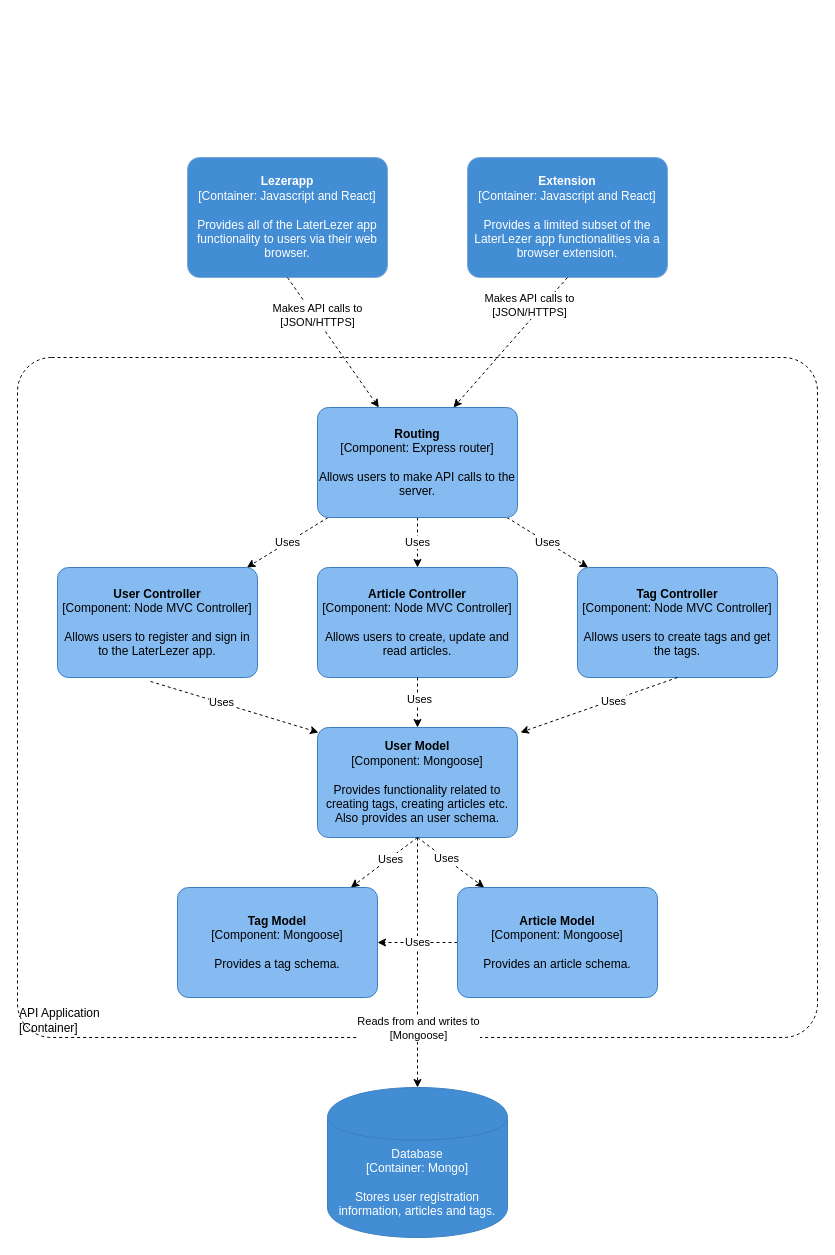
Before: page "components-diagram-server" (3 of 7) of documents/c4model.drawio in Patrickroelofs/HANICA-DWA-Laterlezer, a draw.io diagram. Source tidied: cells renumbered, new cells numbered last; positions are measured from the earlier drawing's top-left corner, leaving out a move shared by most shapes. Both pictures are drawn from the tidied source at 100%, with x=0, y=0 at pixel (17, 157).
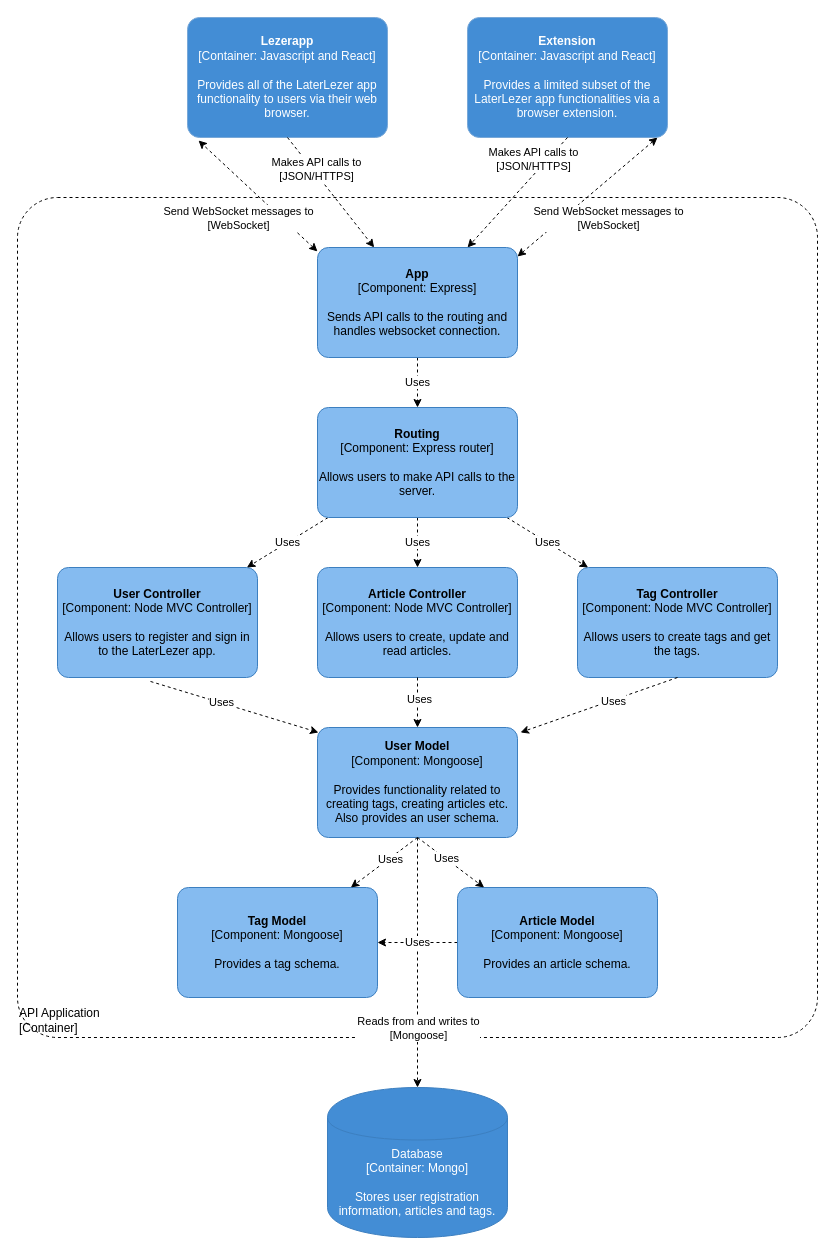
Above is the later version.

The change refers to these unchanged cells:
```xml
<object id="30" label="&lt;b&gt;%c4Name%&lt;/b&gt;&lt;div&gt;[%c4Type%: %c4Technology%]&lt;/div&gt;&lt;br&gt;&lt;div&gt;%c4Description%&lt;/div&gt;" c4Description="Allows users to make API calls to the server." c4Name="Routing" c4Technology="Express router" c4Type="Component" placeholders="1">
  <mxCell style="rounded=1;whiteSpace=wrap;html=1;labelBackgroundColor=none;align=center;arcSize=10;strokeColor=#3C7FC0;metaData={&quot;c4Type&quot;:{&quot;editable&quot;:false}};points=[[0.25,0,0],[0.5,0,0],[0.75,0,0],[1,0.25,0],[1,0.5,0],[1,0.75,0],[0.75,1,0],[0.5,1,0],[0.25,1,0],[0,0.75,0],[0,0.5,0],[0,0.25,0]];fillColor=#85BBF0;" parent="1" vertex="1">
    <mxGeometry x="300" y="250" width="200" height="110" as="geometry" />
  </mxCell>
</object>
```

Diff of the diagram source:
```diff
@@
     <object id="2" label="&lt;div style=&quot;text-align: left&quot;&gt;%c4Name%&lt;/div&gt;&lt;div style=&quot;text-align: left&quot;&gt;[%c4Application%]&lt;/div&gt;" c4Application="Container" c4Name="API Application" placeholders="1">
       <mxCell style="rounded=1;whiteSpace=wrap;html=1;labelBackgroundColor=none;fontColor=#000000;align=left;arcSize=5;strokeColor=#000000;verticalAlign=bottom;metaData={&quot;c4Type&quot;:{&quot;editable&quot;:false}};dashed=1;fillColor=none;" parent="1" vertex="1">
-        <mxGeometry y="200" width="800" height="680" as="geometry" />
+        <mxGeometry y="40" width="800" height="840" as="geometry" />
       </mxCell>
     </object>
+    <mxCell id="31" style="edgeStyle=none;rounded=0;jettySize=auto;html=1;dashed=1;exitX=0;exitY=0.036;exitDx=0;exitDy=0;exitPerimeter=0;entryX=0.055;entryY=1.025;entryDx=0;entryDy=0;entryPerimeter=0;startArrow=classic;startFill=1;" parent="1" edge="1" source="34" target="3">
+      <mxGeometry relative="1" as="geometry" />
+    </mxCell>
     <object id="3" label="&lt;b&gt;%c4Name%&lt;/b&gt;&lt;div&gt;[%c4Type%: %c4Technology%]&lt;/div&gt;&lt;br&gt;&lt;div&gt;%c4Description%&lt;/div&gt;" c4Description="Provides all of the LaterLezer app functionality to users via their web browser." c4Name="Lezerapp" c4Technology="Javascript and React" c4Type="Container" placeholders="1">
       <mxCell style="rounded=1;whiteSpace=wrap;html=1;labelBackgroundColor=none;fontColor=#ffffff;align=center;arcSize=10;strokeColor=#78A8D8;metaData={&quot;c4Type&quot;:{&quot;editable&quot;:false}};points=[[0.25,0,0],[0.5,0,0],[0.75,0,0],[1,0.25,0],[1,0.5,0],[1,0.75,0],[0.75,1,0],[0.5,1,0],[0.25,1,0],[0,0.75,0],[0,0.5,0],[0,0.25,0]];fillColor=#438DD5;" parent="1" vertex="1">
-        <mxGeometry x="170" width="200" height="120" as="geometry" />
+        <mxGeometry x="170" y="-140" width="200" height="120" as="geometry" />
       </mxCell>
     </object>
+    <mxCell id="32" style="edgeStyle=none;rounded=0;jettySize=auto;html=1;entryX=1;entryY=0.082;entryDx=0;entryDy=0;entryPerimeter=0;dashed=1;exitX=0.95;exitY=1;exitDx=0;exitDy=0;exitPerimeter=0;startArrow=classic;startFill=1;" parent="1" edge="1" source="4" target="34">
+      <mxGeometry relative="1" as="geometry" />
+    </mxCell>
     <object id="4" label="&lt;b&gt;%c4Name%&lt;/b&gt;&lt;div&gt;[%c4Type%: %c4Technology%]&lt;/div&gt;&lt;br&gt;&lt;div&gt;%c4Description%&lt;/div&gt;" c4Description="Provides a limited subset of the LaterLezer app functionalities via a browser extension." c4Name="Extension" c4Technology="Javascript and React" c4Type="Container" placeholders="1">
       <mxCell style="rounded=1;whiteSpace=wrap;html=1;labelBackgroundColor=none;fontColor=#ffffff;align=center;arcSize=10;strokeColor=#78A8D8;metaData={&quot;c4Type&quot;:{&quot;editable&quot;:false}};points=[[0.25,0,0],[0.5,0,0],[0.75,0,0],[1,0.25,0],[1,0.5,0],[1,0.75,0],[0.75,1,0],[0.5,1,0],[0.25,1,0],[0,0.75,0],[0,0.5,0],[0,0.25,0]];fillColor=#438DD5;" parent="1" vertex="1">
-        <mxGeometry x="450" width="200" height="120" as="geometry" />
+        <mxGeometry x="450" y="-140" width="200" height="120" as="geometry" />
       </mxCell>
     </object>
@@
-    <mxCell id="11" value="&lt;span style=&quot;color: rgb(0 , 0 , 0) ; font-family: &amp;#34;helvetica&amp;#34; ; font-size: 11px ; font-style: normal ; font-weight: 400 ; letter-spacing: normal ; text-align: center ; text-indent: 0px ; text-transform: none ; word-spacing: 0px ; background-color: rgb(255 , 255 , 255) ; display: inline ; float: none&quot;&gt;Makes API calls to&lt;/span&gt;&lt;br style=&quot;color: rgb(0 , 0 , 0) ; font-family: &amp;#34;helvetica&amp;#34; ; font-size: 11px ; font-style: normal ; font-weight: 400 ; letter-spacing: normal ; text-align: center ; text-indent: 0px ; text-transform: none ; word-spacing: 0px&quot;&gt;&lt;span style=&quot;color: rgb(0 , 0 , 0) ; font-family: &amp;#34;helvetica&amp;#34; ; font-size: 11px ; font-style: normal ; font-weight: 400 ; letter-spacing: normal ; text-align: center ; text-indent: 0px ; text-transform: none ; word-spacing: 0px ; background-color: rgb(255 , 255 , 255) ; display: inline ; float: none&quot;&gt;[JSON/HTTPS]&lt;/span&gt;" style="edgeStyle=none;rounded=0;jettySize=auto;html=1;strokeColor=#000000;dashed=1;exitX=0.5;exitY=1;exitDx=0;exitDy=0;exitPerimeter=0;" parent="1" edge="1" source="3" target="30">
+    <mxCell id="11" value="&lt;span style=&quot;color: rgb(0 , 0 , 0) ; font-family: &amp;#34;helvetica&amp;#34; ; font-size: 11px ; font-style: normal ; font-weight: 400 ; letter-spacing: normal ; text-align: center ; text-indent: 0px ; text-transform: none ; word-spacing: 0px ; background-color: rgb(255 , 255 , 255) ; display: inline ; float: none&quot;&gt;Makes API calls to&lt;/span&gt;&lt;br style=&quot;color: rgb(0 , 0 , 0) ; font-family: &amp;#34;helvetica&amp;#34; ; font-size: 11px ; font-style: normal ; font-weight: 400 ; letter-spacing: normal ; text-align: center ; text-indent: 0px ; text-transform: none ; word-spacing: 0px&quot;&gt;&lt;span style=&quot;color: rgb(0 , 0 , 0) ; font-family: &amp;#34;helvetica&amp;#34; ; font-size: 11px ; font-style: normal ; font-weight: 400 ; letter-spacing: normal ; text-align: center ; text-indent: 0px ; text-transform: none ; word-spacing: 0px ; background-color: rgb(255 , 255 , 255) ; display: inline ; float: none&quot;&gt;[JSON/HTTPS]&lt;/span&gt;" style="edgeStyle=none;rounded=0;jettySize=auto;html=1;strokeColor=#000000;dashed=1;exitX=0.5;exitY=1;exitDx=0;exitDy=0;exitPerimeter=0;" parent="1" edge="1" source="3" target="34">
       <mxGeometry x="-0.39" y="3" relative="1" as="geometry" />
     </mxCell>
-    <mxCell id="12" value="&lt;span style=&quot;color: rgb(0 , 0 , 0) ; font-family: &amp;#34;helvetica&amp;#34; ; font-size: 11px ; font-style: normal ; font-weight: 400 ; letter-spacing: normal ; text-align: center ; text-indent: 0px ; text-transform: none ; word-spacing: 0px ; background-color: rgb(255 , 255 , 255) ; display: inline ; float: none&quot;&gt;Makes API calls to&lt;/span&gt;&lt;br style=&quot;color: rgb(0 , 0 , 0) ; font-family: &amp;#34;helvetica&amp;#34; ; font-size: 11px ; font-style: normal ; font-weight: 400 ; letter-spacing: normal ; text-align: center ; text-indent: 0px ; text-transform: none ; word-spacing: 0px&quot;&gt;&lt;span style=&quot;color: rgb(0 , 0 , 0) ; font-family: &amp;#34;helvetica&amp;#34; ; font-size: 11px ; font-style: normal ; font-weight: 400 ; letter-spacing: normal ; text-align: center ; text-indent: 0px ; text-transform: none ; word-spacing: 0px ; background-color: rgb(255 , 255 , 255) ; display: inline ; float: none&quot;&gt;[JSON/HTTPS]&lt;/span&gt;" style="edgeStyle=none;rounded=0;jettySize=auto;html=1;strokeColor=#000000;dashed=1;entryX=0.68;entryY=0;entryDx=0;entryDy=0;entryPerimeter=0;exitX=0.5;exitY=1;exitDx=0;exitDy=0;exitPerimeter=0;" parent="1" edge="1" source="4" target="30">
+    <mxCell id="12" value="&lt;span style=&quot;color: rgb(0 , 0 , 0) ; font-family: &amp;#34;helvetica&amp;#34; ; font-size: 11px ; font-style: normal ; font-weight: 400 ; letter-spacing: normal ; text-align: center ; text-indent: 0px ; text-transform: none ; word-spacing: 0px ; background-color: rgb(255 , 255 , 255) ; display: inline ; float: none&quot;&gt;Makes API calls to&lt;/span&gt;&lt;br style=&quot;color: rgb(0 , 0 , 0) ; font-family: &amp;#34;helvetica&amp;#34; ; font-size: 11px ; font-style: normal ; font-weight: 400 ; letter-spacing: normal ; text-align: center ; text-indent: 0px ; text-transform: none ; word-spacing: 0px&quot;&gt;&lt;span style=&quot;color: rgb(0 , 0 , 0) ; font-family: &amp;#34;helvetica&amp;#34; ; font-size: 11px ; font-style: normal ; font-weight: 400 ; letter-spacing: normal ; text-align: center ; text-indent: 0px ; text-transform: none ; word-spacing: 0px ; background-color: rgb(255 , 255 , 255) ; display: inline ; float: none&quot;&gt;[JSON/HTTPS]&lt;/span&gt;" style="edgeStyle=none;rounded=0;jettySize=auto;html=1;strokeColor=#000000;dashed=1;exitX=0.5;exitY=1;exitDx=0;exitDy=0;exitPerimeter=0;" parent="1" edge="1" source="4" target="34">
       <mxGeometry x="-0.47" y="-10" relative="1" as="geometry" />
     </mxCell>
@@
+    <mxCell id="33" value="Uses" style="edgeStyle=none;rounded=0;jettySize=auto;html=1;dashed=1;" parent="1" edge="1" source="34" target="30">
+      <mxGeometry relative="1" as="geometry" />
+    </mxCell>
+    <object id="34" label="&lt;b&gt;%c4Name%&lt;/b&gt;&lt;div&gt;[%c4Type%: %c4Technology%]&lt;/div&gt;&lt;br&gt;&lt;div&gt;%c4Description%&lt;/div&gt;" c4Description="Sends API calls to the routing and handles websocket connection." c4Name="App" c4Technology="Express" c4Type="Component" placeholders="1">
+      <mxCell style="rounded=1;whiteSpace=wrap;html=1;labelBackgroundColor=none;align=center;arcSize=10;strokeColor=#3C7FC0;metaData={&quot;c4Type&quot;:{&quot;editable&quot;:false}};points=[[0.25,0,0],[0.5,0,0],[0.75,0,0],[1,0.25,0],[1,0.5,0],[1,0.75,0],[0.75,1,0],[0.5,1,0],[0.25,1,0],[0,0.75,0],[0,0.5,0],[0,0.25,0]];fillColor=#85BBF0;" parent="1" vertex="1">
+        <mxGeometry x="300" y="90" width="200" height="110" as="geometry" />
+      </mxCell>
+    </object>
+    <mxCell id="35" value="Send WebSocket messages to&lt;br&gt;[WebSocket]" style="edgeLabel;html=1;align=center;verticalAlign=middle;" parent="1" vertex="1">
+      <mxGeometry x="590" y="60" as="geometry" />
+    </mxCell>
+    <mxCell id="36" value="Send WebSocket messages to&lt;br&gt;[WebSocket]" style="edgeLabel;html=1;align=center;verticalAlign=middle;" parent="1" vertex="1">
+      <mxGeometry x="220" y="60" as="geometry" />
+    </mxCell>
```
